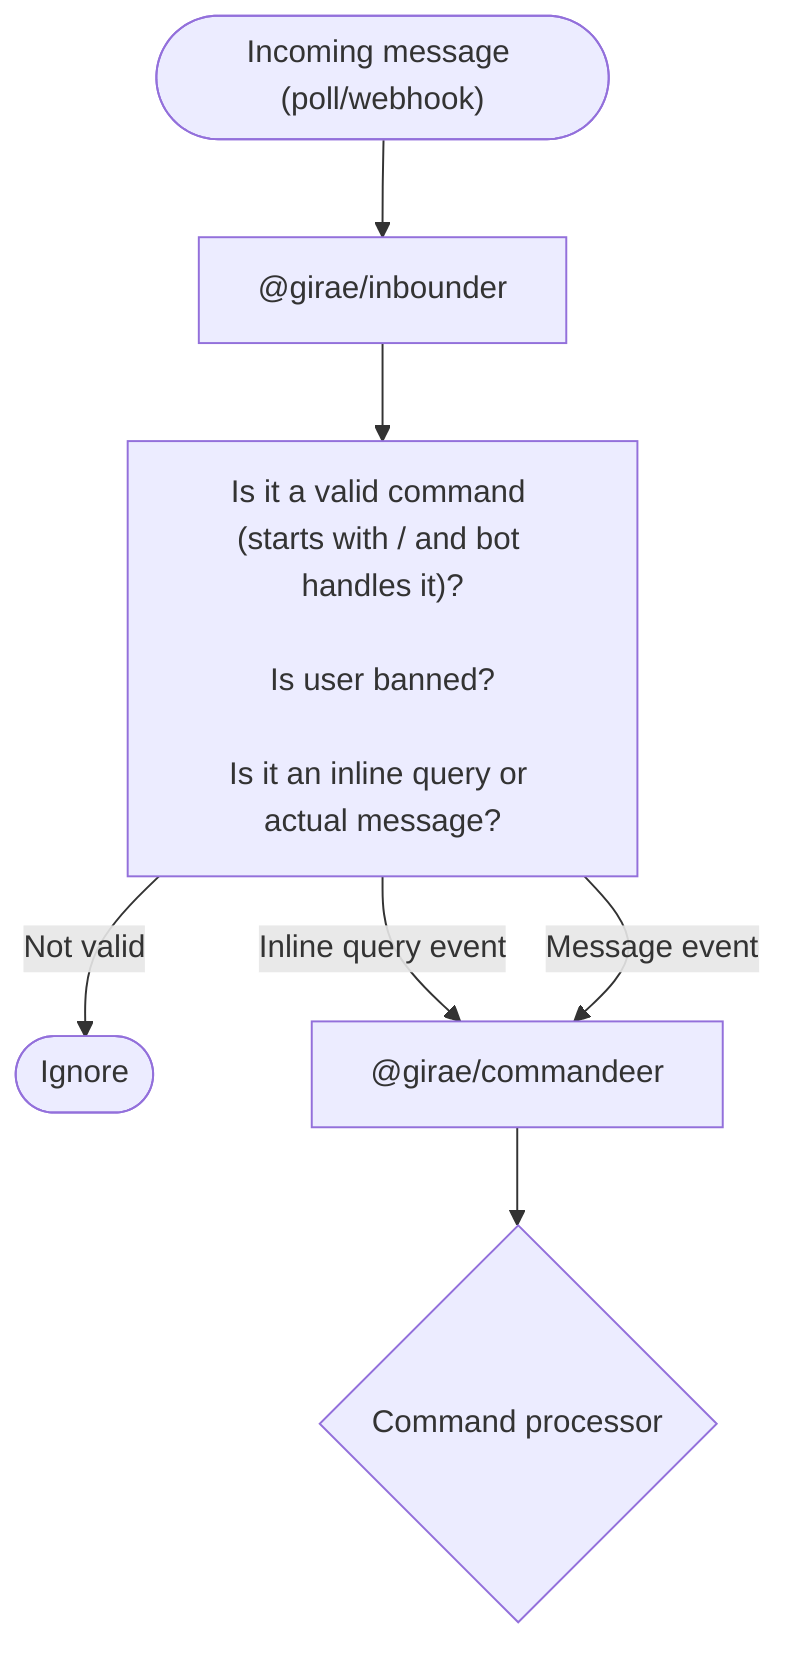
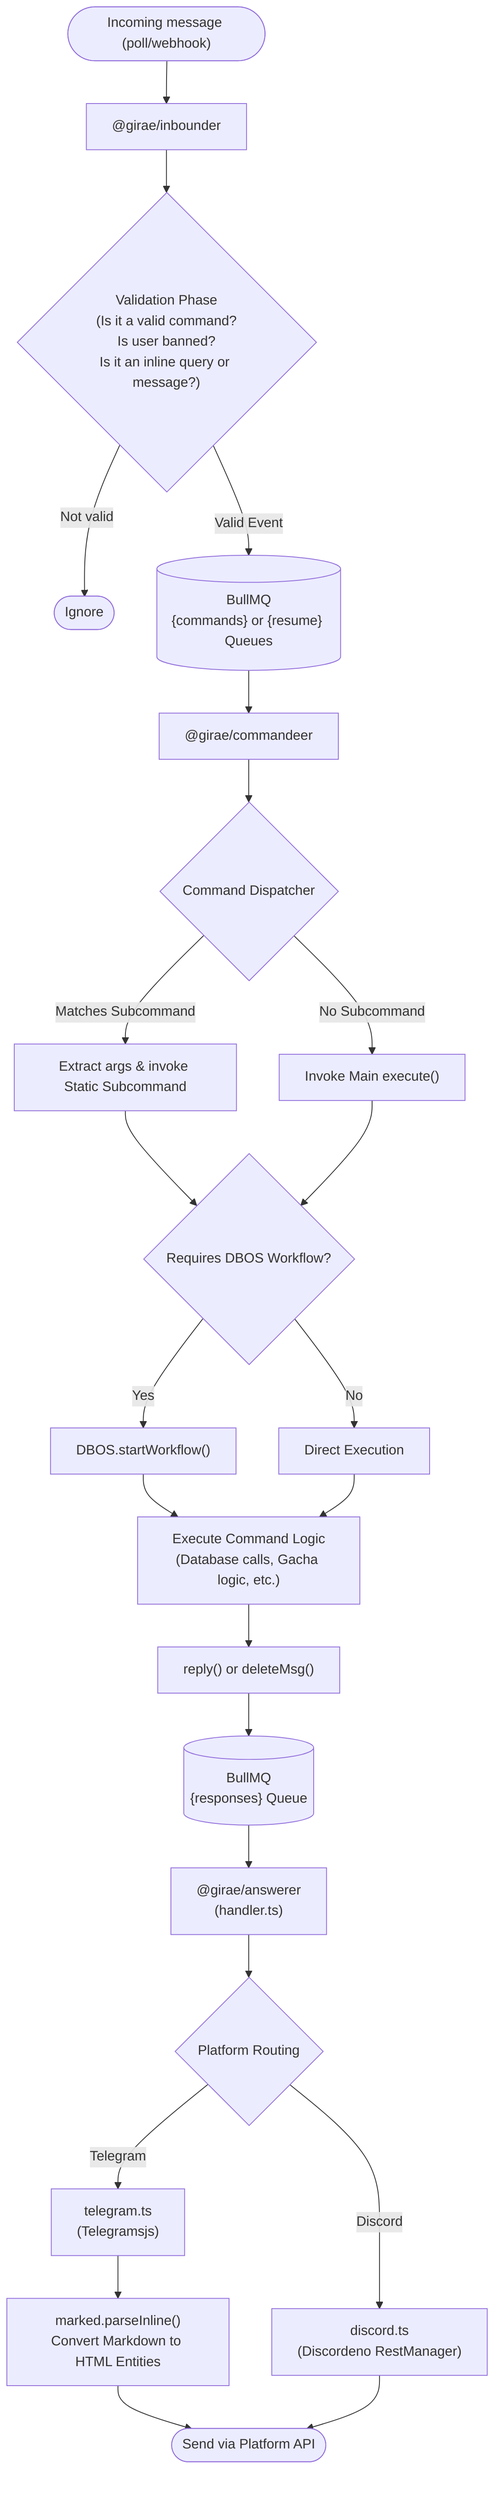
flowchart TD
    A(["Incoming message (poll/webhook)"]) --> B["@girae/inbounder"]
-     B --> C["Is it a valid command (starts with / and bot handles it)?\n\nIs user banned?\n\nIs it an inline query or actual message?"]
-     C -->|Not valid| F
-     C -->|Inline query event| E
-     C -->|Message event| E
+     B --> C{"Validation Phase\n(Is it a valid command?\nIs user banned?\nIs it an inline query or message?)"}

+     C -->|Not valid| F([Ignore])

-     F([Ignore])
-     E["@girae/commandeer"]
+     C -->|Valid Event| MQ1[("BullMQ\n{commands} or {resume} Queues")]

-     E --> G{Command processor}
+     MQ1 --> E["@girae/commandeer"]
+ 
+     E --> G{"Command Dispatcher"}
+ 
+     G -->|Matches Subcommand| H["Extract args & invoke Static Subcommand"]
+     G -->|No Subcommand| I["Invoke Main execute()"]
+ 
+     H & I --> J{"Requires DBOS Workflow?"}
+     J -->|Yes| K["DBOS.startWorkflow()"]
+     J -->|No| L["Direct Execution"]
+ 
+     K & L --> M["Execute Command Logic\n(Database calls, Gacha logic, etc.)"]
+ 
+     M --> N["reply() or deleteMsg()"]
+ 
+     N --> MQ2[("BullMQ\n{responses} Queue")]
+ 
+     MQ2 --> O["@girae/answerer\n(handler.ts)"]
+ 
+     O --> P{"Platform Routing"}
+ 
+     P -->|Discord| Q["discord.ts\n(Discordeno RestManager)"]
+     P -->|Telegram| R["telegram.ts\n(Telegramsjs)"]
+ 
+     R --> S["marked.parseInline()\nConvert Markdown to HTML Entities"]
+ 
+     S & Q --> T(["Send via Platform API"])
